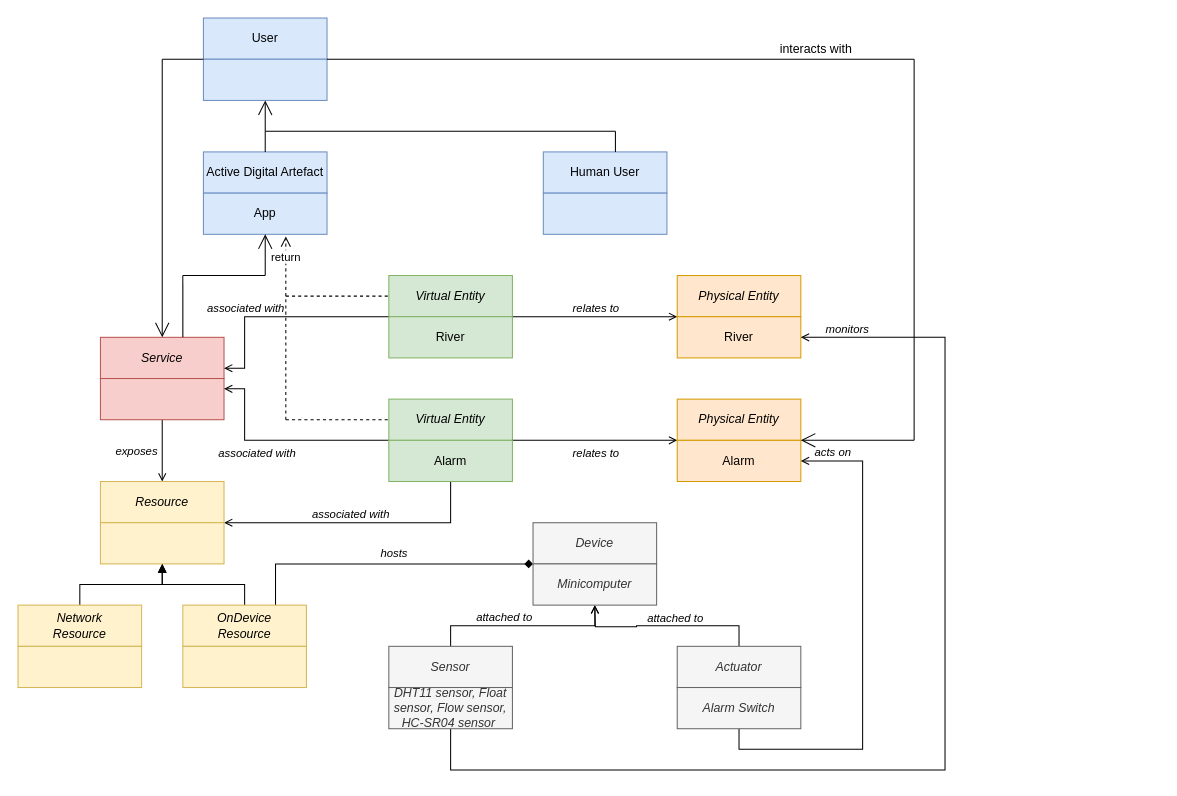
Above: editable_diagrams/Step3.drawio in reshma58/IOT_ProjectReport (draw.io), before the change. Source tidied: cells renumbered, new cells numbered last; positions are measured from the earlier drawing's top-left corner, leaving out a move shared by most shapes. Both pictures are drawn from the tidied source at 103%, with x=0, y=0 at pixel (18, 18).
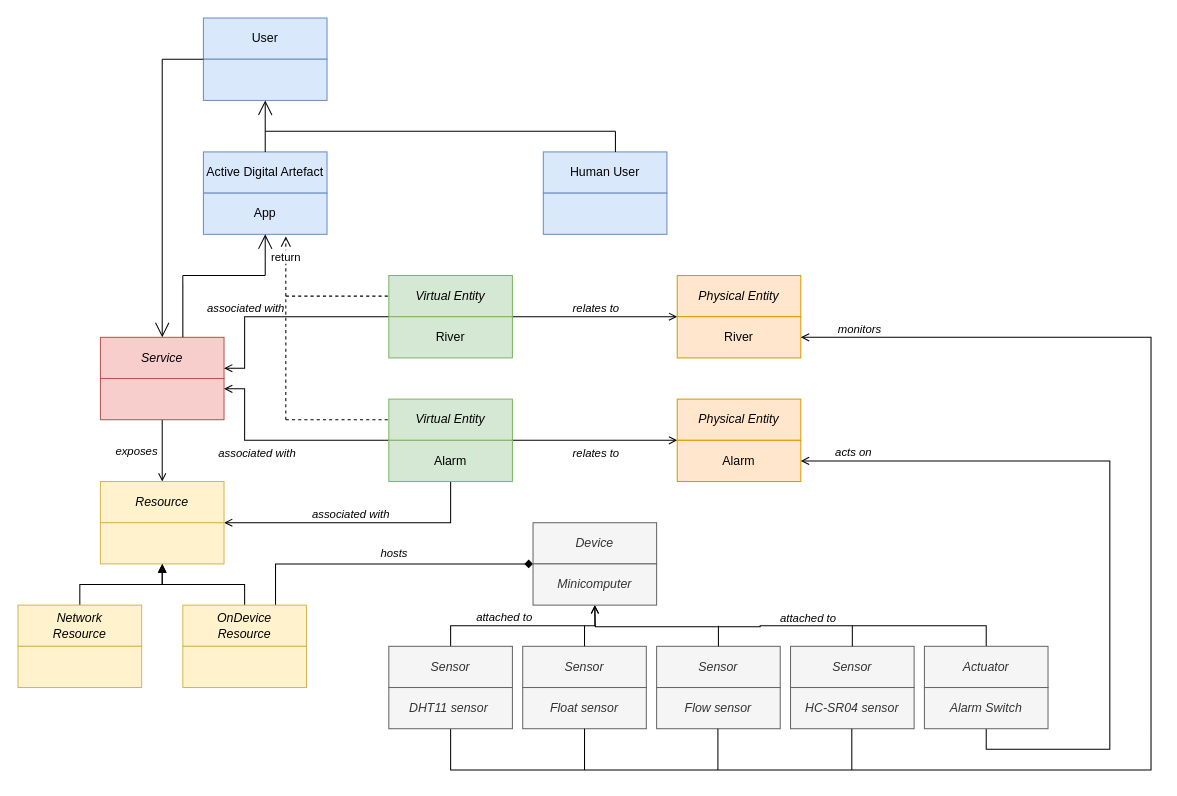
After the change.

The change refers to these unchanged cells:
```xml
<mxCell id="21" value="River" style="rounded=0;whiteSpace=wrap;html=1;fontStyle=0;fillColor=#ffe6cc;strokeColor=#d79b00;" parent="1" vertex="1">
  <mxGeometry x="640" y="290" width="120" height="40" as="geometry" />
</mxCell>
<mxCell id="23" value="Alarm" style="rounded=0;whiteSpace=wrap;html=1;fontStyle=0;fillColor=#ffe6cc;strokeColor=#d79b00;" parent="1" vertex="1">
  <mxGeometry x="640" y="410" width="120" height="40" as="geometry" />
</mxCell>
<mxCell id="51" style="rounded=0;whiteSpace=wrap;html=1;fillColor=#dae8fc;strokeColor=#6c8ebf;" parent="1" vertex="1">
  <mxGeometry x="180" y="40" width="120" height="40" as="geometry" />
</mxCell>
```

The edit, as a diff of the source:
```diff
@@
     <mxCell id="36" value="Actuator" style="rounded=0;whiteSpace=wrap;html=1;fontStyle=2;fillColor=#f5f5f5;strokeColor=#666666;fontColor=#333333;" parent="1" vertex="1">
-      <mxGeometry x="640" y="610" width="120" height="40" as="geometry" />
+      <mxGeometry x="880" y="610" width="120" height="40" as="geometry" />
     </mxCell>
     <mxCell id="37" style="edgeStyle=orthogonalEdgeStyle;rounded=0;jettySize=auto;html=1;exitX=0.5;exitY=1;exitDx=0;exitDy=0;entryX=1;entryY=0.5;entryDx=0;entryDy=0;endArrow=open;endFill=0;" parent="1" edge="1" source="39" target="23">
       <mxGeometry relative="1" as="geometry">
         <Array as="points">
-          <mxPoint x="700" y="710" />
-          <mxPoint x="820" y="710" />
-          <mxPoint x="820" y="430" />
+          <mxPoint x="940" y="710" />
+          <mxPoint x="1060" y="710" />
+          <mxPoint x="1060" y="430" />
         </Array>
       </mxGeometry>
     </mxCell>
@@
     <mxCell id="39" value="Alarm Switch" style="rounded=0;whiteSpace=wrap;html=1;fontStyle=2;fillColor=#f5f5f5;strokeColor=#666666;fontColor=#333333;" parent="1" vertex="1">
-      <mxGeometry x="640" y="650" width="120" height="40" as="geometry" />
+      <mxGeometry x="880" y="650" width="120" height="40" as="geometry" />
     </mxCell>
@@
     <mxCell id="43" style="edgeStyle=orthogonalEdgeStyle;rounded=0;jettySize=auto;html=1;exitX=0.5;exitY=1;exitDx=0;exitDy=0;entryX=1;entryY=0.5;entryDx=0;entryDy=0;endArrow=open;endFill=0;" parent="1" edge="1" source="45" target="21">
       <mxGeometry relative="1" as="geometry">
         <Array as="points">
           <mxPoint x="420" y="730" />
-          <mxPoint x="900" y="730" />
-          <mxPoint x="900" y="310" />
+          <mxPoint x="1100" y="730" />
+          <mxPoint x="1100" y="310" />
         </Array>
       </mxGeometry>
     </mxCell>
@@
-    <mxCell id="45" value="DHT11 sensor, Float sensor, Flow sensor, HC-SR04 sensor&amp;nbsp;&lt;br&gt;" style="rounded=0;whiteSpace=wrap;html=1;fontStyle=2;fillColor=#f5f5f5;strokeColor=#666666;fontColor=#333333;" parent="1" vertex="1">
+    <mxCell id="45" value="DHT11 sensor&amp;nbsp;" style="rounded=0;whiteSpace=wrap;html=1;fontStyle=2;fillColor=#f5f5f5;strokeColor=#666666;fontColor=#333333;" parent="1" vertex="1">
       <mxGeometry x="360" y="650" width="120" height="40" as="geometry" />
     </mxCell>
@@
-    <mxCell id="63" style="endArrow=none;html=1;" parent="1" edge="1">
-      <mxGeometry relative="1" as="geometry">
-        <mxPoint x="870" y="40" as="sourcePoint" />
-        <mxPoint x="870" y="410" as="targetPoint" />
-      </mxGeometry>
-    </mxCell>
-    <mxCell id="64" style="endArrow=none;html=1;exitX=1;exitY=0;exitDx=0;exitDy=0;" parent="1" edge="1" source="51">
-      <mxGeometry relative="1" as="geometry">
-        <mxPoint x="870" y="40" as="targetPoint" />
-      </mxGeometry>
-    </mxCell>
-    <mxCell id="65" value="interacts with" style="text;html=1;strokeColor=none;fillColor=none;align=center;verticalAlign=middle;whiteSpace=wrap;rounded=0;" parent="1" vertex="1">
-      <mxGeometry x="730" y="20" width="90" height="20" as="geometry" />
-    </mxCell>
@@
-    <mxCell id="69" style="endArrow=open;endFill=1;endSize=12;html=1;entryX=1;entryY=0;entryDx=0;entryDy=0;" parent="1" edge="1" target="23">
-      <mxGeometry relative="1" as="geometry">
-        <mxPoint x="870" y="410" as="sourcePoint" />
-      </mxGeometry>
-    </mxCell>
@@
+    <mxCell id="71" value="Sensor" style="rounded=0;whiteSpace=wrap;html=1;fontStyle=2;fillColor=#f5f5f5;strokeColor=#666666;fontColor=#333333;" parent="1" vertex="1">
+      <mxGeometry x="490" y="610" width="120" height="40" as="geometry" />
+    </mxCell>
+    <mxCell id="72" value="Float sensor" style="rounded=0;whiteSpace=wrap;html=1;fontStyle=2;fillColor=#f5f5f5;strokeColor=#666666;fontColor=#333333;" parent="1" vertex="1">
+      <mxGeometry x="490" y="650" width="120" height="40" as="geometry" />
+    </mxCell>
+    <mxCell id="73" value="Sensor" style="rounded=0;whiteSpace=wrap;html=1;fontStyle=2;fillColor=#f5f5f5;strokeColor=#666666;fontColor=#333333;" parent="1" vertex="1">
+      <mxGeometry x="620" y="610" width="120" height="40" as="geometry" />
+    </mxCell>
+    <mxCell id="74" value="Flow sensor" style="rounded=0;whiteSpace=wrap;html=1;fontStyle=2;fillColor=#f5f5f5;strokeColor=#666666;fontColor=#333333;" parent="1" vertex="1">
+      <mxGeometry x="620" y="650" width="120" height="40" as="geometry" />
+    </mxCell>
+    <mxCell id="75" value="Sensor" style="rounded=0;whiteSpace=wrap;html=1;fontStyle=2;fillColor=#f5f5f5;strokeColor=#666666;fontColor=#333333;" parent="1" vertex="1">
+      <mxGeometry x="750" y="610" width="120" height="40" as="geometry" />
+    </mxCell>
+    <mxCell id="76" value="HC-SR04 sensor" style="rounded=0;whiteSpace=wrap;html=1;fontStyle=2;fillColor=#f5f5f5;strokeColor=#666666;fontColor=#333333;" parent="1" vertex="1">
+      <mxGeometry x="750" y="650" width="120" height="40" as="geometry" />
+    </mxCell>
+    <mxCell id="77" style="endArrow=none;html=1;exitX=0.5;exitY=0;exitDx=0;exitDy=0;" parent="1" edge="1" source="71">
+      <mxGeometry relative="1" as="geometry">
+        <mxPoint x="550" y="590" as="targetPoint" />
+      </mxGeometry>
+    </mxCell>
+    <mxCell id="78" style="endArrow=none;html=1;exitX=0.5;exitY=0;exitDx=0;exitDy=0;" parent="1" edge="1" source="73">
+      <mxGeometry relative="1" as="geometry">
+        <mxPoint x="680" y="590" as="targetPoint" />
+      </mxGeometry>
+    </mxCell>
+    <mxCell id="79" style="endArrow=none;html=1;exitX=0.5;exitY=0;exitDx=0;exitDy=0;" parent="1" edge="1" source="75">
+      <mxGeometry relative="1" as="geometry">
+        <mxPoint x="810" y="590" as="targetPoint" />
+      </mxGeometry>
+    </mxCell>
+    <mxCell id="80" style="endArrow=none;html=1;exitX=0.5;exitY=1;exitDx=0;exitDy=0;" parent="1" edge="1" source="72">
+      <mxGeometry relative="1" as="geometry">
+        <mxPoint x="550" y="730" as="targetPoint" />
+        <Array as="points">
+          <mxPoint x="550" y="710" />
+        </Array>
+      </mxGeometry>
+    </mxCell>
+    <mxCell id="81" style="endArrow=none;html=1;exitX=0.5;exitY=1;exitDx=0;exitDy=0;" parent="1" edge="1">
+      <mxGeometry relative="1" as="geometry">
+        <mxPoint x="679.5" y="690" as="sourcePoint" />
+        <mxPoint x="679.5" y="730" as="targetPoint" />
+        <Array as="points">
+          <mxPoint x="679.5" y="710" />
+        </Array>
+      </mxGeometry>
+    </mxCell>
+    <mxCell id="82" style="endArrow=none;html=1;exitX=0.5;exitY=1;exitDx=0;exitDy=0;" parent="1" edge="1">
+      <mxGeometry relative="1" as="geometry">
+        <mxPoint x="809.5" y="690" as="sourcePoint" />
+        <mxPoint x="809.5" y="730" as="targetPoint" />
+        <Array as="points">
+          <mxPoint x="809.5" y="710" />
+        </Array>
+      </mxGeometry>
+    </mxCell>
```
